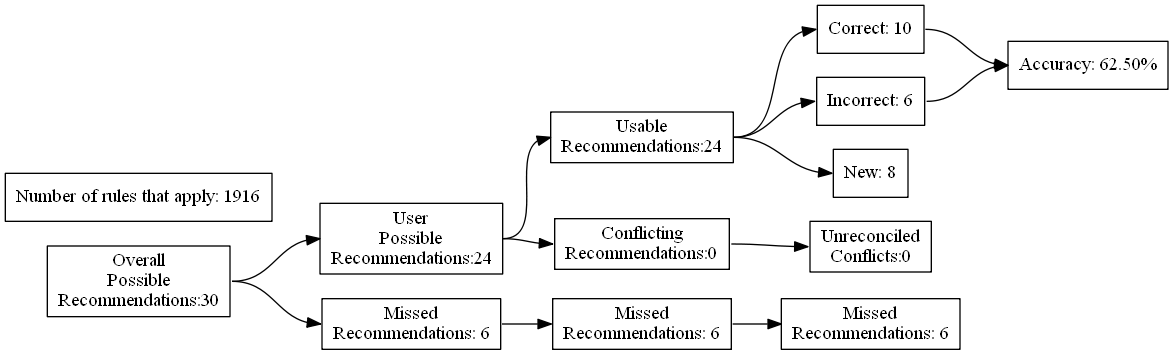
Earlier version of the Graphviz export test_renders/17.gv.png (ZaxR/ibd_diet_analysis). Its source is kept beside it as test_renders/17.gv.
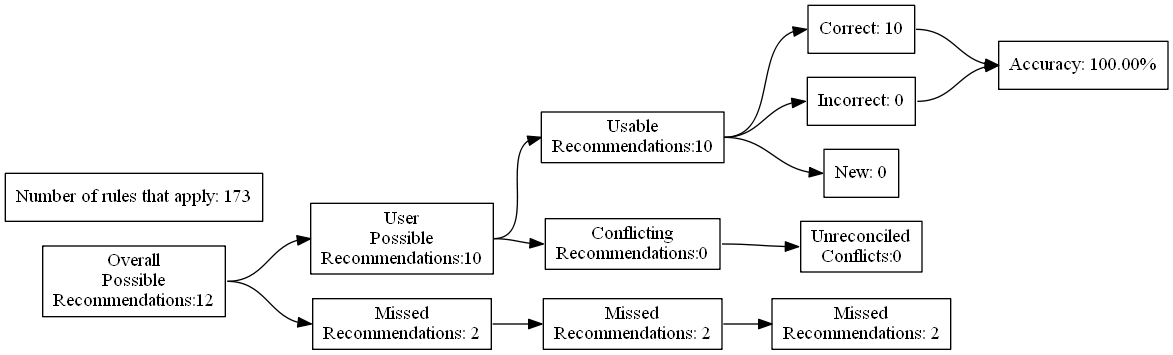
Later version of the same file.

Diff of the diagram source:
```diff
@@ -4,27 +4,27 @@
 	edge [headport=w tailport=e]
 		A [label="Overall
 Possible
-Recommendations:30"]
+Recommendations:12"]
 		B [label="User
 Possible
-Recommendations:24"]
+Recommendations:10"]
 		C [label="Missed
-Recommendations: 6"]
+Recommendations: 2"]
 		D [label="Usable
-Recommendations:24"]
+Recommendations:10"]
 		E [label="Conflicting
 Recommendations:0"]
 		J [label="Missed
-Recommendations: 6"]
+Recommendations: 2"]
 		M [label="Unreconciled
 Conflicts:0"]
 		F [label="Correct: 10"]
-		G [label="Incorrect: 6"]
-		H [label="New: 8"]
+		G [label="Incorrect: 0"]
+		H [label="New: 0"]
 		K [label="Missed
-Recommendations: 6"]
-		I [label="Accuracy: 62.50%"]
-		l [label="Number of rules that apply: 1916"]
+Recommendations: 2"]
+		I [label="Accuracy: 100.00%"]
+		l [label="Number of rules that apply: 173"]
 			A -> B
 			A -> C
 			B -> D
```
